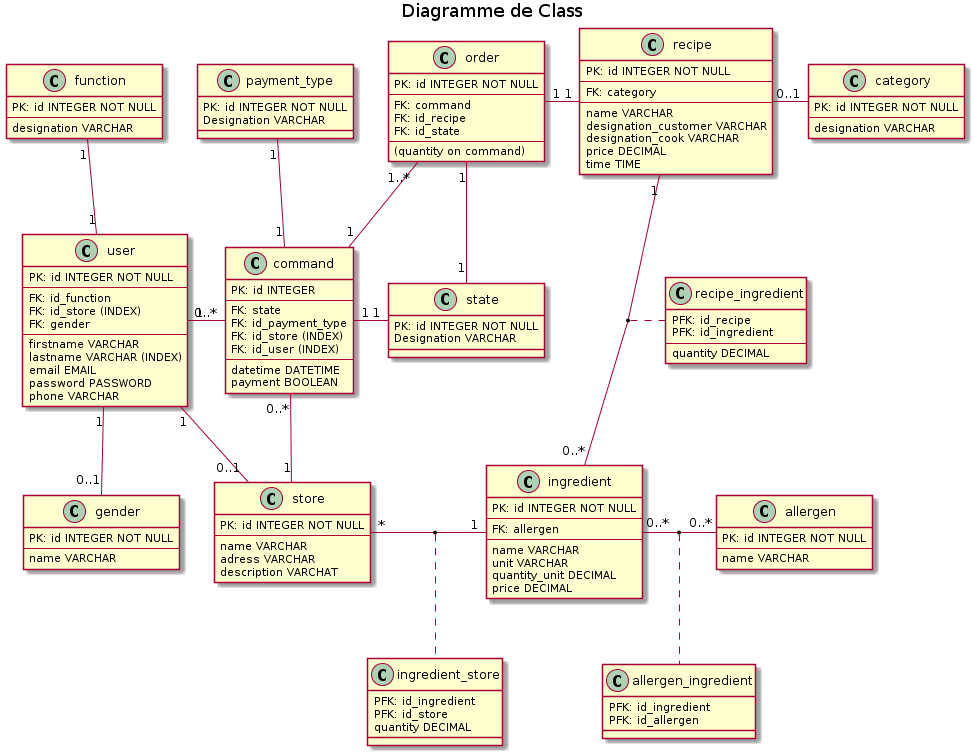
Before: doc/img/7_RelationalModel.png, a diagram exported from PlantUML (Zepmanbc/oc_dapython_pr4).
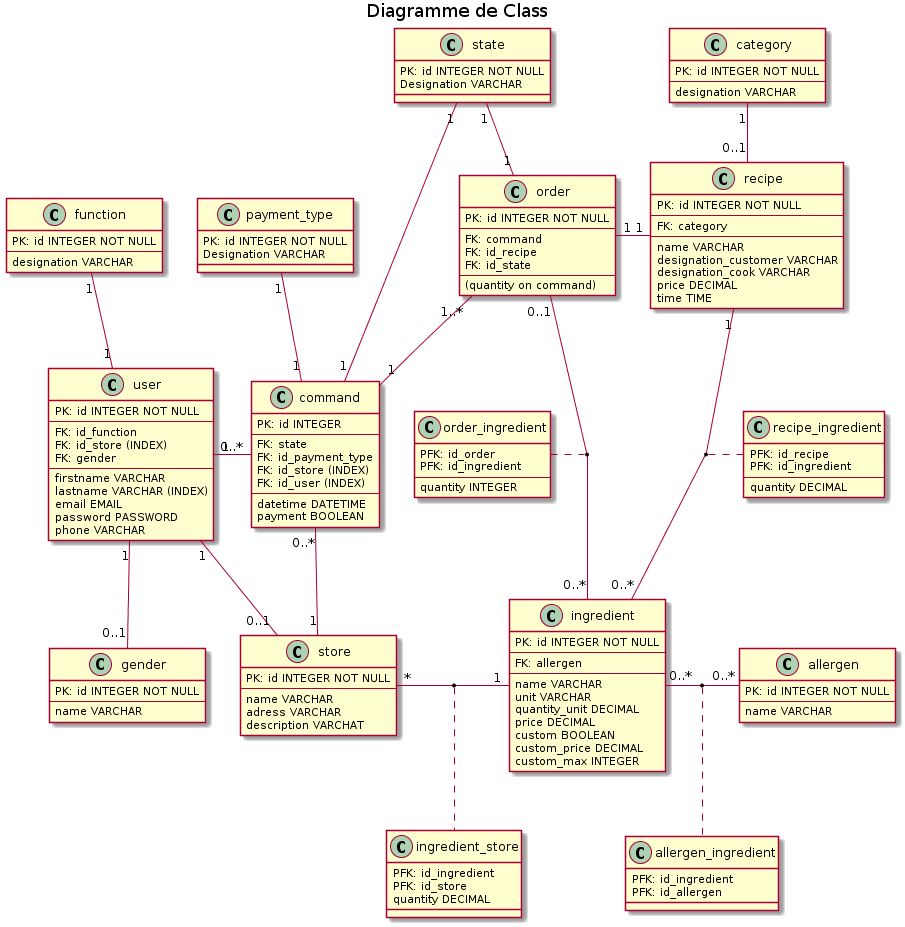
After the commit.

The edit, as a diff of the source:
```diff
@@ -86,6 +86,9 @@
     unit VARCHAR
     quantity_unit DECIMAL
     price DECIMAL
+    custom BOOLEAN
+    custom_price DECIMAL
+    custom_max INTEGER
 }
 
 class allergen{
@@ -120,12 +123,21 @@
     PFK: id_allergen
 }
 
+class order_ingredient {
+    PFK: id_order
+    PFK: id_ingredient
+    --
+    quantity INTEGER
+}
+
 store "*" - "1" ingredient
 (store, ingredient) .. ingredient_store
 ingredient "0..*" - "0..*" allergen
 (ingredient, allergen) .. allergen_ingredient
 recipe "1" -- "0..*" ingredient
 (recipe, ingredient) . recipe_ingredient
+order "0..1" -- "0..*" ingredient
+order_ingredient . (order, ingredient)
 
 
 order "1" - "1" recipe
@@ -134,10 +146,11 @@
 command "0..*" -- "1" store
 user "1" -- "0..1" store
 function "1" -- "1" user
-command "1" - "1" state
-order "1" - "1" state
+state "1" - "1" command
+state "1" -- "1" order
 user "1" -- "0..1" gender
 payment_type "1" -- "1" command
-recipe "0..1" - "1" category
+category "1" -- "0..1" recipe
+
 
 @enduml
```
